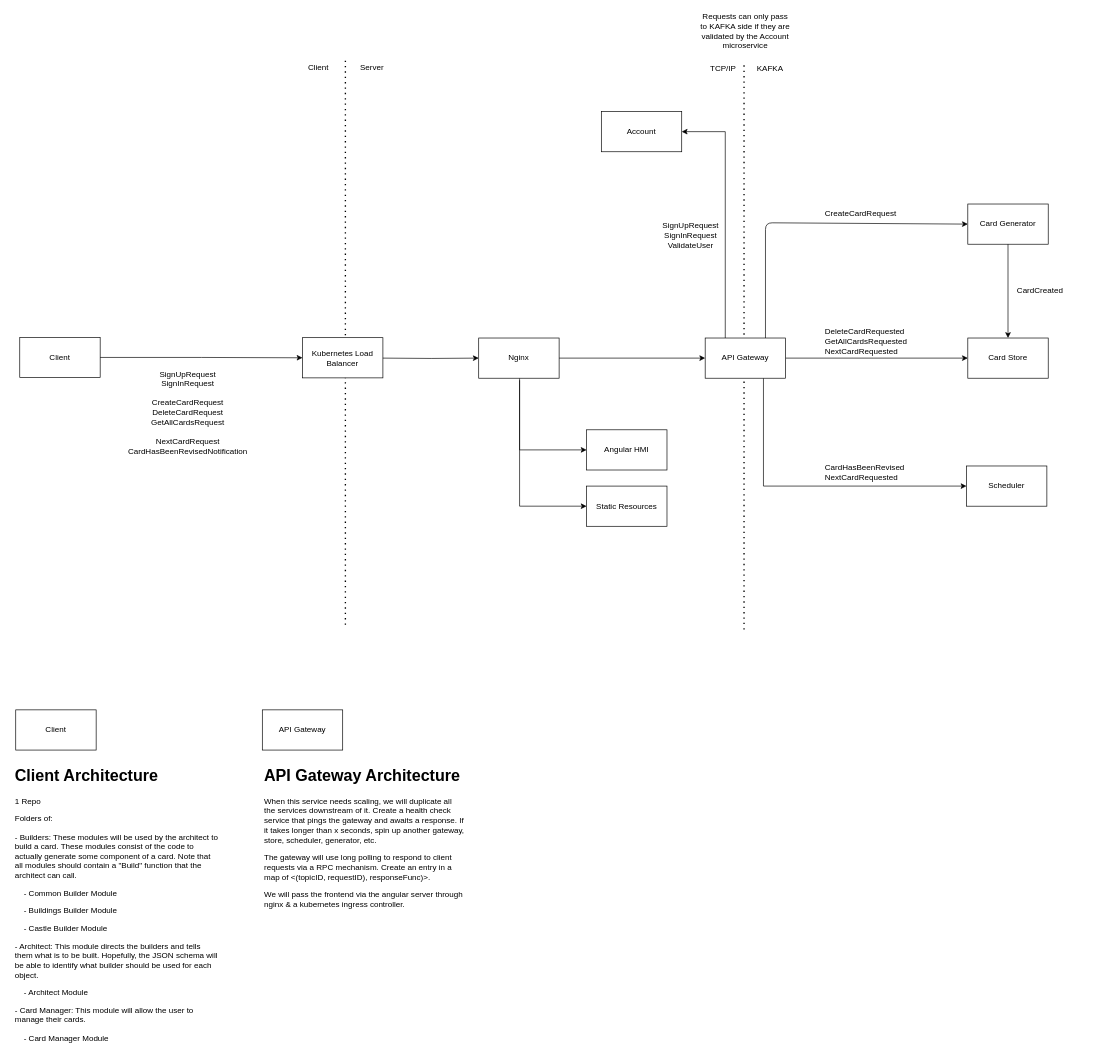
Before: microservices/Architecture.drawio in fresto32/link, a draw.io diagram. Source tidied: cells renumbered, new cells numbered last; positions are measured from the earlier drawing's top-left corner, leaving out a move shared by most shapes. Both pictures are drawn from the tidied source at 67%, with x=0, y=0 at pixel (11, 24).
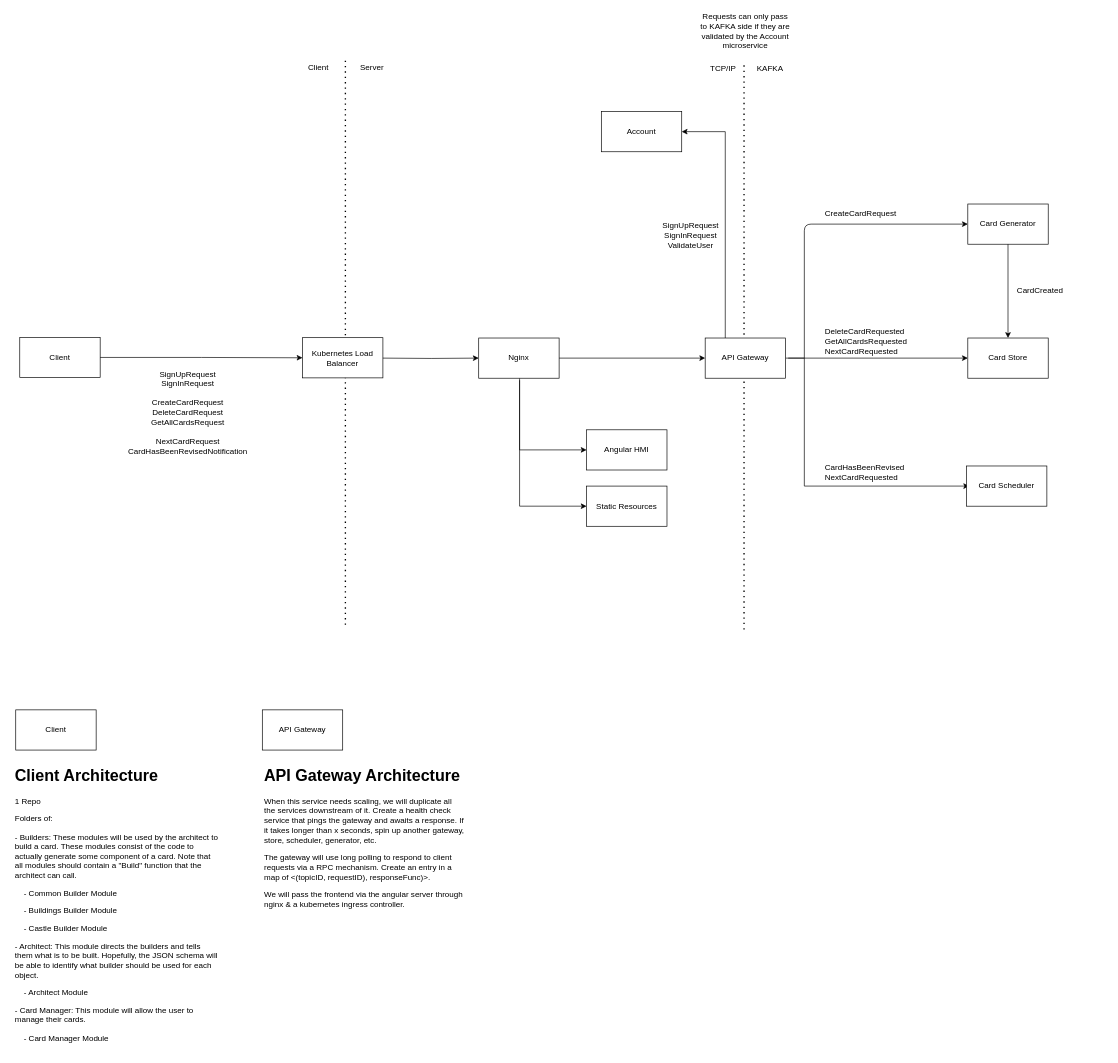
The same diagram, later.

Commit message:
Update architecture diagram.

The change refers to these unchanged cells:
```xml
<mxCell id="11" value="API Gateway" style="rounded=0;whiteSpace=wrap;html=1;" parent="1" vertex="1">
  <mxGeometry x="1035" y="468" width="120" height="60" as="geometry" />
</mxCell>
<mxCell id="18" value="Card Generator" style="rounded=0;whiteSpace=wrap;html=1;" parent="1" vertex="1">
  <mxGeometry x="1427" y="268" width="120" height="60" as="geometry" />
</mxCell>
```

The edit, as a diff of the source:
```diff
@@
-    <mxCell id="9" style="edgeStyle=orthogonalEdgeStyle;rounded=0;jettySize=auto;html=1;" parent="1" edge="1" source="11" target="15">
+    <mxCell id="9" style="edgeStyle=orthogonalEdgeStyle;rounded=0;orthogonalLoop=1;jettySize=auto;html=1;" parent="1" edge="1">
       <mxGeometry relative="1" as="geometry">
+        <mxPoint x="1159" y="498" as="sourcePoint" />
+        <mxPoint x="1429" y="689" as="targetPoint" />
         <Array as="points">
-          <mxPoint x="1122" y="689" />
+          <mxPoint x="1183" y="498" />
+          <mxPoint x="1183" y="689" />
         </Array>
       </mxGeometry>
     </mxCell>
@@
-    <mxCell id="15" value="Scheduler" style="rounded=0;whiteSpace=wrap;html=1;" parent="1" vertex="1">
+    <mxCell id="15" value="Card Scheduler" style="rounded=0;whiteSpace=wrap;html=1;" parent="1" vertex="1">
       <mxGeometry x="1425" y="659" width="120" height="60" as="geometry" />
     </mxCell>
@@
-    <mxCell id="19" style="endArrow=classic;html=1;entryX=0;entryY=0.5;entryDx=0;entryDy=0;exitX=0.75;exitY=0;exitDx=0;exitDy=0;" parent="1" edge="1" source="11" target="18">
+    <mxCell id="19" style="endArrow=classic;html=1;entryX=0;entryY=0.5;entryDx=0;entryDy=0;" parent="1" edge="1" target="18">
       <mxGeometry relative="1" as="geometry">
+        <mxPoint x="1183" y="498" as="sourcePoint" />
         <Array as="points">
-          <mxPoint x="1125" y="296" />
+          <mxPoint x="1183" y="298" />
         </Array>
       </mxGeometry>
     </mxCell>
```
